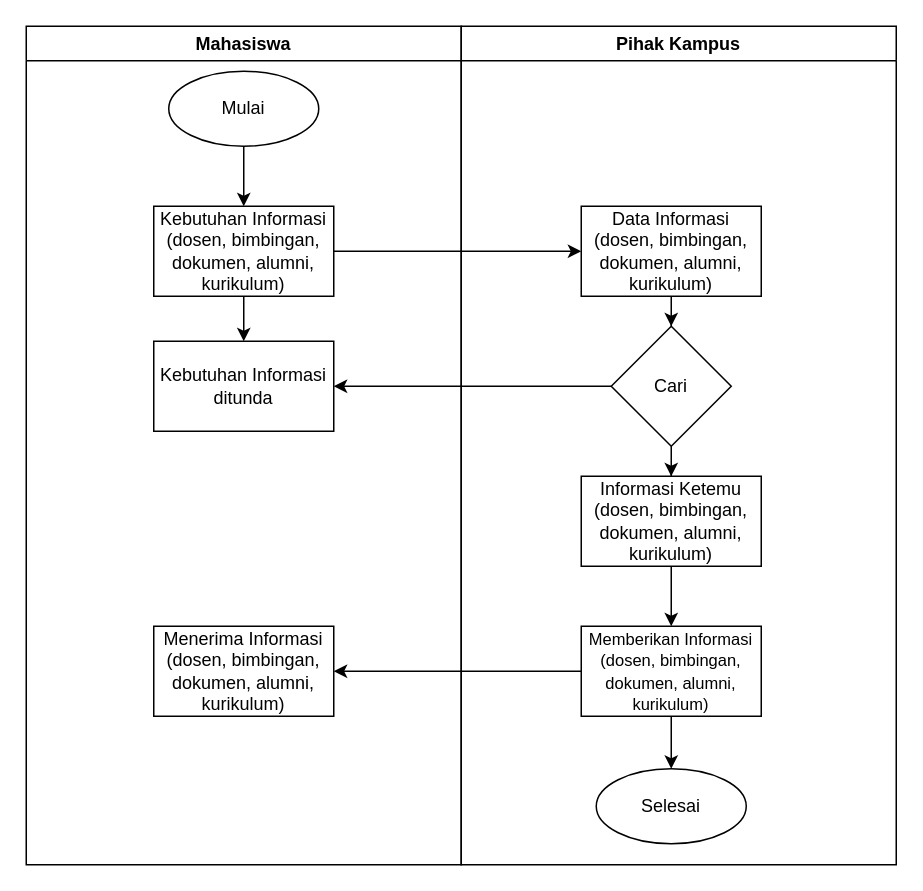
ratihpn99/rpn keeps this draw.io diagram as Prosedur yang berjalan.drawio. Above is the earlier version. Source tidied: cells renumbered, new cells numbered last; positions are measured from the earlier drawing's top-left corner, leaving out a move shared by most shapes. Both pictures are drawn from the tidied source at 150%, with x=0, y=0 at pixel (26, 26).
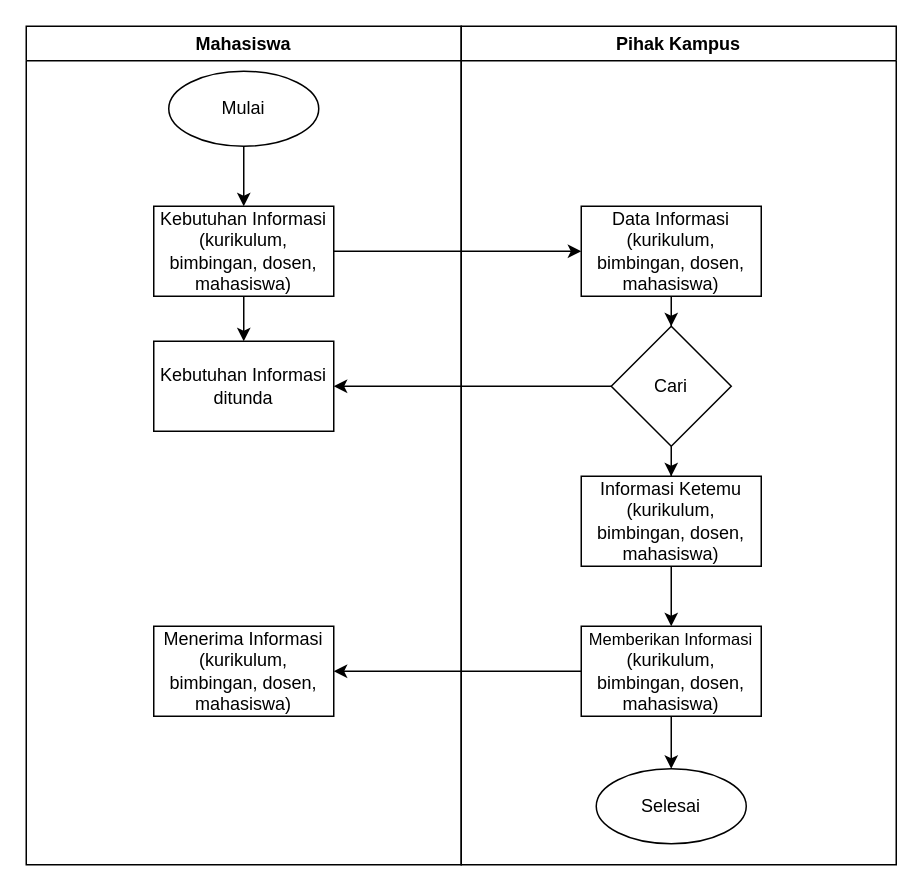
The same page after the edit.

Commit message:
crispy prosedur berjalan.drawio

The change refers to these unchanged cells:
```xml
<mxCell id="2" value="Mahasiswa" style="swimlane;" parent="1" vertex="1">
  <mxGeometry width="290" height="559" as="geometry" />
</mxCell>
```

Diff of the diagram source:
```diff
@@
-    <mxCell id="7" value="Kebutuhan Informasi&lt;br&gt;(dosen, bimbingan, dokumen, alumni, kurikulum)" style="rounded=0;whiteSpace=wrap;html=1;" parent="2" vertex="1">
+    <mxCell id="7" value="Kebutuhan Informasi&lt;br&gt;(kurikulum, bimbingan, dosen, mahasiswa)" style="rounded=0;whiteSpace=wrap;html=1;" parent="2" vertex="1">
       <mxGeometry x="85" y="120" width="120" height="60" as="geometry" />
     </mxCell>
@@
-    <mxCell id="9" value="Menerima Informasi&lt;br&gt;(dosen, bimbingan, dokumen, alumni, kurikulum)" style="rounded=0;whiteSpace=wrap;html=1;" parent="2" vertex="1">
+    <mxCell id="9" value="Menerima Informasi&lt;br&gt;(kurikulum, bimbingan, dosen, mahasiswa)" style="rounded=0;whiteSpace=wrap;html=1;" parent="2" vertex="1">
       <mxGeometry x="85" y="400" width="120" height="60" as="geometry" />
     </mxCell>
@@
-    <mxCell id="11" value="Data Informasi&lt;br&gt;(dosen, bimbingan, dokumen, alumni, kurikulum)" style="rounded=0;whiteSpace=wrap;html=1;" parent="1" vertex="1">
+    <mxCell id="11" value="Data Informasi&lt;br&gt;(kurikulum, bimbingan, dosen, mahasiswa)" style="rounded=0;whiteSpace=wrap;html=1;" parent="1" vertex="1">
       <mxGeometry x="370" y="120" width="120" height="60" as="geometry" />
     </mxCell>
@@
-    <mxCell id="16" value="Informasi Ketemu&lt;br&gt;(dosen, bimbingan, dokumen, alumni, kurikulum)" style="rounded=0;whiteSpace=wrap;html=1;" parent="1" vertex="1">
+    <mxCell id="16" value="Informasi Ketemu&lt;br&gt;(kurikulum, bimbingan, dosen, mahasiswa)" style="rounded=0;whiteSpace=wrap;html=1;" parent="1" vertex="1">
       <mxGeometry x="370" y="300" width="120" height="60" as="geometry" />
     </mxCell>
@@
-    <mxCell id="19" value="&lt;font style=&quot;font-size: 11px&quot;&gt;Memberikan Informasi&lt;br&gt;(dosen, bimbingan, dokumen, alumni, kurikulum)&lt;/font&gt;" style="rounded=0;whiteSpace=wrap;html=1;" parent="1" vertex="1">
+    <mxCell id="19" value="&lt;font style=&quot;font-size: 11px&quot;&gt;Memberikan Informasi&lt;br&gt;&lt;span style=&quot;font-size: 12px&quot;&gt;(kurikulum, bimbingan, dosen, mahasiswa)&lt;/span&gt;&lt;br&gt;&lt;/font&gt;" style="rounded=0;whiteSpace=wrap;html=1;" parent="1" vertex="1">
       <mxGeometry x="370" y="400" width="120" height="60" as="geometry" />
     </mxCell>
```
